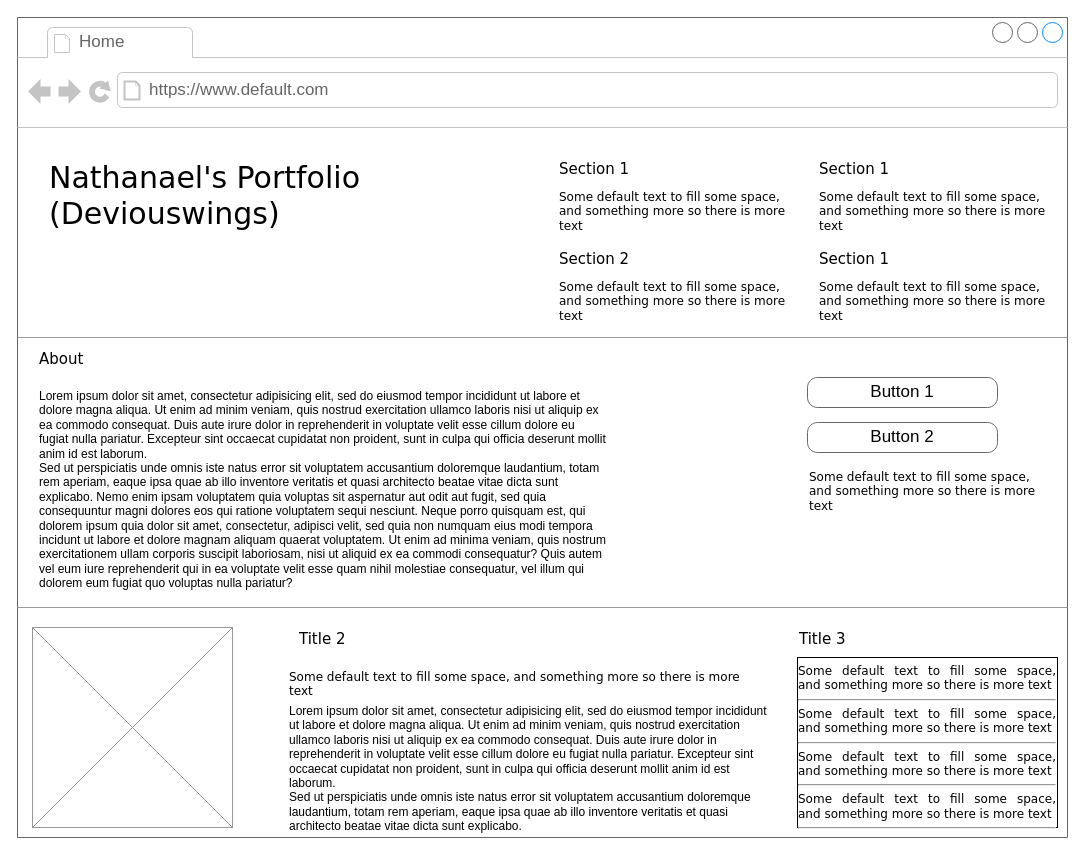
DeviousWings/Portfolio keeps this draw.io diagram as Untitled Diagram.drawio. Above is the earlier version. Source tidied: cells renumbered, new cells numbered last; positions are measured from the earlier drawing's top-left corner, leaving out a move shared by most shapes. Both pictures are drawn from the tidied source at 100%, with x=0, y=0 at pixel (17, 17).
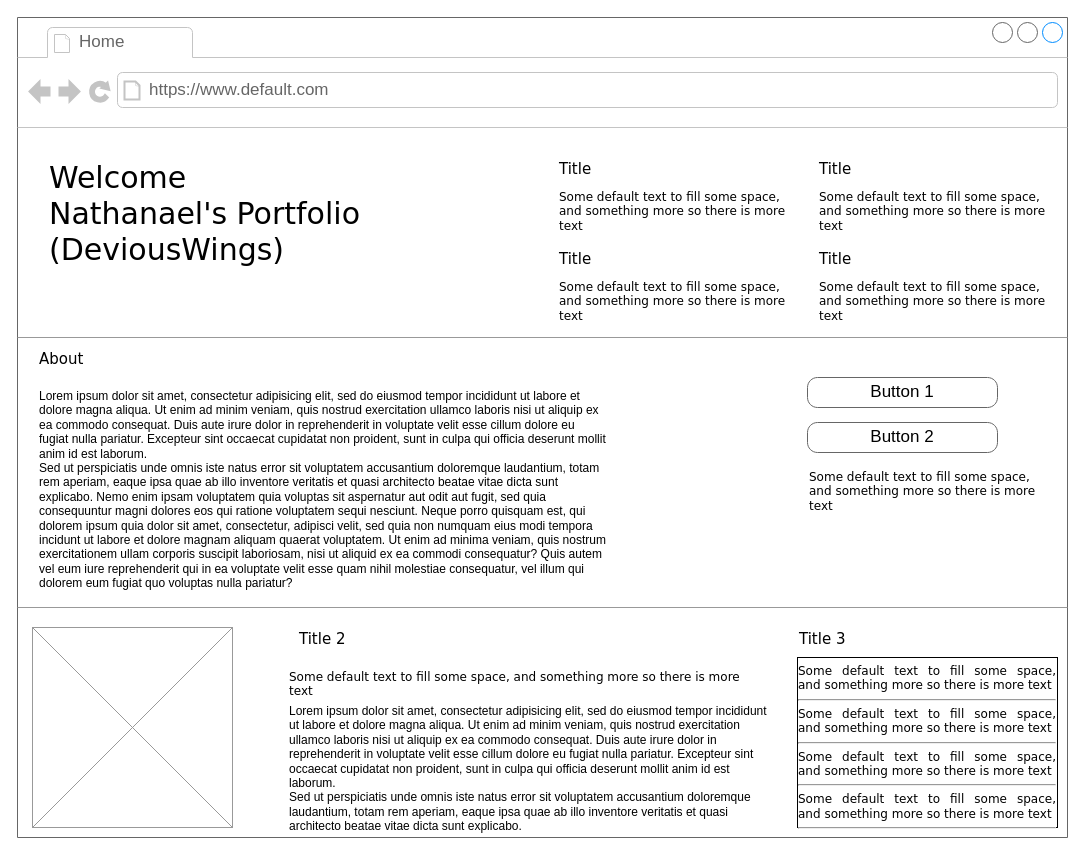
After the change.

The change refers to these unchanged cells:
```xml
<mxCell id="2" style="strokeWidth=1;shadow=0;dashed=0;align=center;html=1;shape=mxgraph.mockup.containers.browserWindow;rSize=0;strokeColor=#666666;mainText=,;rounded=0;labelBackgroundColor=none;fontFamily=Verdana;fontSize=12;" parent="1" vertex="1">
  <mxGeometry width="1050" height="820" as="geometry" />
</mxCell>
```

The edit, as a diff of the source:
```diff
@@
-    <mxCell id="5" value="Nathanael's Portfolio&lt;br&gt;(Deviouswings)" style="text;html=1;align=left;verticalAlign=top;spacingTop=-4;fontSize=30;fontFamily=Verdana;" parent="2" vertex="1">
-      <mxGeometry x="30" y="140" width="340" height="50" as="geometry" />
+    <mxCell id="5" value="Welcome&lt;br&gt;Nathanael's Portfolio&lt;br&gt;(DeviousWings)" style="text;html=1;align=left;verticalAlign=top;spacingTop=-4;fontSize=30;fontFamily=Verdana;" parent="2" vertex="1">
+      <mxGeometry x="30" y="140" width="340" height="120" as="geometry" />
     </mxCell>
-    <mxCell id="6" value="Section 1" style="text;html=1;align=left;verticalAlign=top;spacingTop=-4;fontSize=15;fontFamily=Verdana;" parent="2" vertex="1">
+    <mxCell id="6" value="Title" style="text;html=1;align=left;verticalAlign=top;spacingTop=-4;fontSize=15;fontFamily=Verdana;" parent="2" vertex="1">
       <mxGeometry x="540" y="140" width="170" height="30" as="geometry" />
     </mxCell>
@@
-    <mxCell id="8" value="Section 2" style="text;html=1;align=left;verticalAlign=top;spacingTop=-4;fontSize=15;fontFamily=Verdana;" parent="2" vertex="1">
+    <mxCell id="8" value="Title" style="text;html=1;align=left;verticalAlign=top;spacingTop=-4;fontSize=15;fontFamily=Verdana;" parent="2" vertex="1">
       <mxGeometry x="540" y="230" width="170" height="30" as="geometry" />
     </mxCell>
@@
-    <mxCell id="10" value="Section 1" style="text;html=1;align=left;verticalAlign=top;spacingTop=-4;fontSize=15;fontFamily=Verdana;" parent="2" vertex="1">
+    <mxCell id="10" value="Title" style="text;html=1;align=left;verticalAlign=top;spacingTop=-4;fontSize=15;fontFamily=Verdana;" parent="2" vertex="1">
       <mxGeometry x="800" y="140" width="170" height="30" as="geometry" />
     </mxCell>
@@
-    <mxCell id="24" value="Section 1" style="text;html=1;align=left;verticalAlign=top;spacingTop=-4;fontSize=15;fontFamily=Verdana;" parent="2" vertex="1">
+    <mxCell id="24" value="Title" style="text;html=1;align=left;verticalAlign=top;spacingTop=-4;fontSize=15;fontFamily=Verdana;" parent="2" vertex="1">
       <mxGeometry x="800" y="230" width="170" height="30" as="geometry" />
     </mxCell>
```
